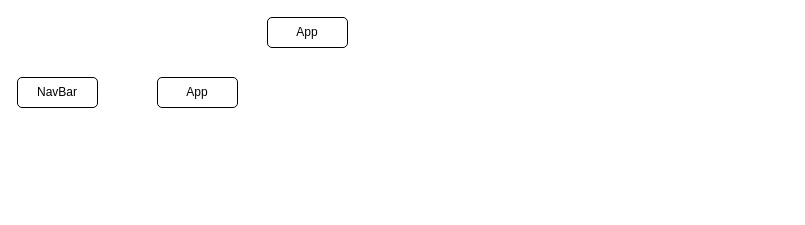
The draw.io diagram client/reactdiagram.drawio in TitleXp/phase-4-mealbuddy, before the edit. Source tidied: cells renumbered, new cells numbered last; positions are measured from the earlier drawing's top-left corner, leaving out a move shared by most shapes. Both pictures are drawn from the tidied source at 100%, with x=0, y=0 at pixel (17, 17).
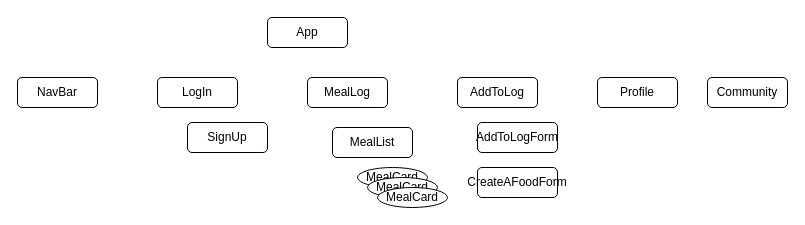
After the change.

What changed in the source:
```diff
@@
 <mxGraphModel>
   <root>
     <mxCell id="0" />
     <mxCell id="1" parent="0" />
     <mxCell id="2" value="App" style="rounded=1;whiteSpace=wrap;html=1;" parent="1" vertex="1">
       <mxGeometry x="250" width="80" height="30" as="geometry" />
     </mxCell>
     <mxCell id="3" value="NavBar" style="rounded=1;whiteSpace=wrap;html=1;" parent="1" vertex="1">
       <mxGeometry y="60" width="80" height="30" as="geometry" />
     </mxCell>
-    <mxCell id="4" value="App" style="rounded=1;whiteSpace=wrap;html=1;" parent="1" vertex="1">
-      <mxGeometry x="140" y="60" width="80" height="30" as="geometry" />
+    <mxCell id="4" value="Profile" style="rounded=1;whiteSpace=wrap;html=1;" parent="1" vertex="1">
+      <mxGeometry x="580" y="60" width="80" height="30" as="geometry" />
     </mxCell>
+    <mxCell id="5" value="AddToLog" style="rounded=1;whiteSpace=wrap;html=1;" parent="1" vertex="1">
+      <mxGeometry x="440" y="60" width="80" height="30" as="geometry" />
+    </mxCell>
+    <mxCell id="6" value="MealLog" style="rounded=1;whiteSpace=wrap;html=1;" parent="1" vertex="1">
+      <mxGeometry x="290" y="60" width="80" height="30" as="geometry" />
+    </mxCell>
+    <mxCell id="7" value="Community" style="rounded=1;whiteSpace=wrap;html=1;" parent="1" vertex="1">
+      <mxGeometry x="690" y="60" width="80" height="30" as="geometry" />
+    </mxCell>
+    <mxCell id="8" value="LogIn" style="rounded=1;whiteSpace=wrap;html=1;" parent="1" vertex="1">
+      <mxGeometry x="140" y="60" width="80" height="30" as="geometry" />
+    </mxCell>
+    <mxCell id="9" value="CreateAFoodForm" style="rounded=1;whiteSpace=wrap;html=1;" parent="1" vertex="1">
+      <mxGeometry x="460" y="150" width="80" height="30" as="geometry" />
+    </mxCell>
+    <mxCell id="10" value="AddToLogForm" style="rounded=1;whiteSpace=wrap;html=1;" parent="1" vertex="1">
+      <mxGeometry x="460" y="105" width="80" height="30" as="geometry" />
+    </mxCell>
+    <mxCell id="11" value="MealList" style="rounded=1;whiteSpace=wrap;html=1;" parent="1" vertex="1">
+      <mxGeometry x="315" y="110" width="80" height="30" as="geometry" />
+    </mxCell>
+    <mxCell id="12" value="SignUp" style="rounded=1;whiteSpace=wrap;html=1;" parent="1" vertex="1">
+      <mxGeometry x="170" y="105" width="80" height="30" as="geometry" />
+    </mxCell>
+    <mxCell id="13" value="MealCard" style="ellipse;whiteSpace=wrap;html=1;" parent="1" vertex="1">
+      <mxGeometry x="340" y="150" width="70" height="20" as="geometry" />
+    </mxCell>
+    <mxCell id="14" value="MealCard" style="ellipse;whiteSpace=wrap;html=1;" parent="1" vertex="1">
+      <mxGeometry x="350" y="160" width="70" height="20" as="geometry" />
+    </mxCell>
+    <mxCell id="15" value="MealCard" style="ellipse;whiteSpace=wrap;html=1;" parent="1" vertex="1">
+      <mxGeometry x="360" y="170" width="70" height="20" as="geometry" />
+    </mxCell>
   </root>
 </mxGraphModel>
```
